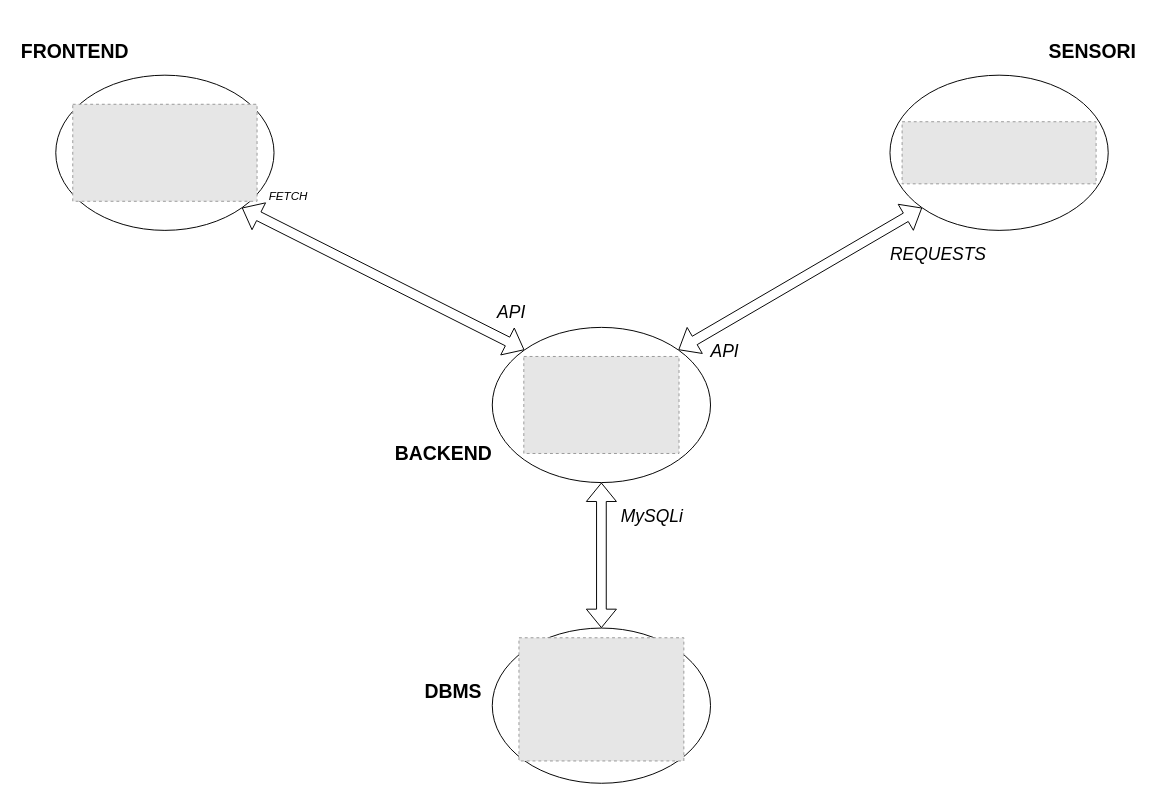
LBartolini/Maturita2021 keeps this draw.io diagram as schemi/sw_arch/sw_arch.drawio. Above is the earlier version. Source tidied: cells renumbered, new cells numbered last; positions are measured from the earlier drawing's top-left corner, leaving out a move shared by most shapes. Both pictures are drawn from the tidied source at 97%, with x=0, y=0 at pixel (16, 16). Pictures stored in the file or linked from it are replaced by grey dashed boxes.
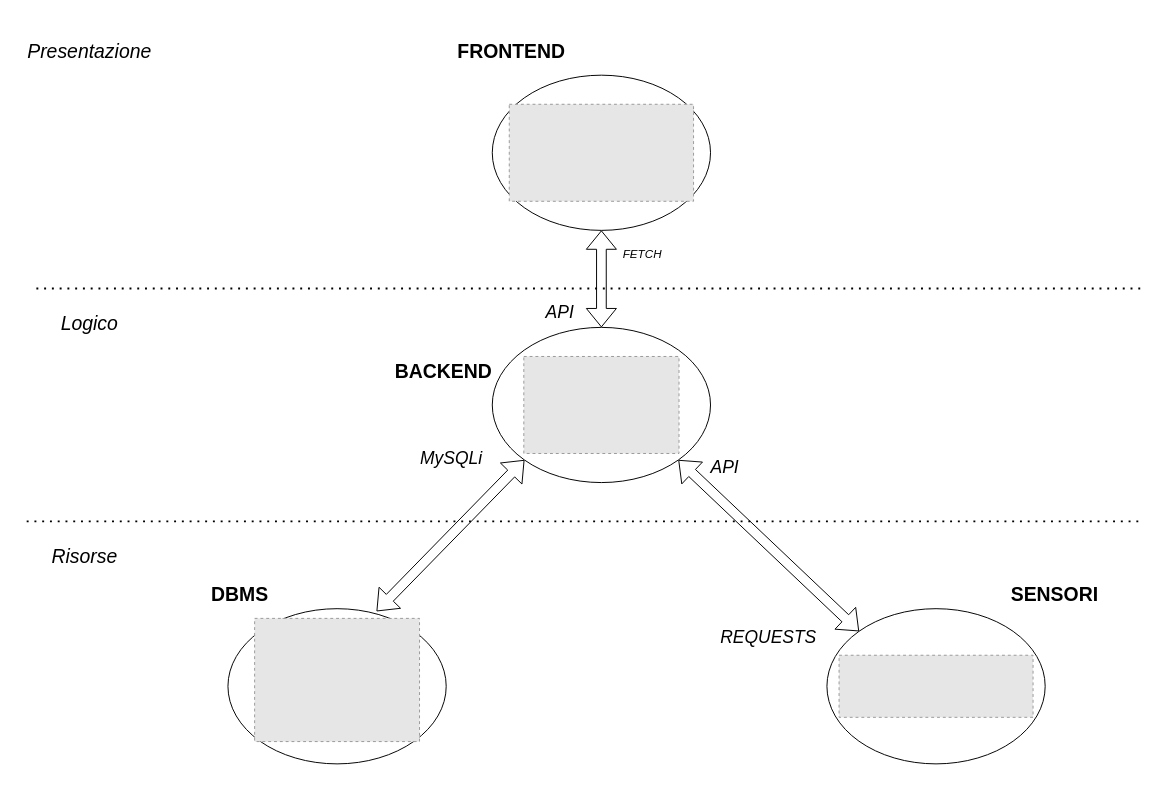
Above is the later version.

Unchanged cells that the change refers to:
```xml
<mxCell id="3" style="ellipse;whiteSpace=wrap;html=1;" parent="1" vertex="1">
  <mxGeometry x="490" y="320" width="225" height="160" as="geometry" />
</mxCell>
```

Change to the diagram source:
```diff
@@
     <mxCell id="2" value="&lt;b&gt;&lt;font style=&quot;font-size: 20px&quot;&gt;FRONTEND&lt;/font&gt;&lt;/b&gt;" style="text;html=1;strokeColor=none;fillColor=none;align=center;verticalAlign=middle;whiteSpace=wrap;rounded=0;" parent="1" vertex="1">
-      <mxGeometry width="120" height="70" as="geometry" />
+      <mxGeometry x="450" width="120" height="70" as="geometry" />
     </mxCell>
@@
     <mxCell id="4" value="&lt;b&gt;&lt;font style=&quot;font-size: 20px&quot;&gt;BACKEND&lt;/font&gt;&lt;/b&gt;" style="text;html=1;strokeColor=none;fillColor=none;align=center;verticalAlign=middle;whiteSpace=wrap;rounded=0;" parent="1" vertex="1">
-      <mxGeometry x="380" y="414" width="120" height="70" as="geometry" />
+      <mxGeometry x="380" y="330" width="120" height="70" as="geometry" />
     </mxCell>
@@
     <mxCell id="6" style="ellipse;whiteSpace=wrap;html=1;" parent="1" vertex="1">
-      <mxGeometry x="40" y="60" width="225" height="160" as="geometry" />
+      <mxGeometry x="490" y="60" width="225" height="160" as="geometry" />
     </mxCell>
     <mxCell id="7" style="fillColor=#E6E6E6;strokeColor=#999999;dashed=1;verticalLabelPosition=bottom;verticalAlign=top;" parent="1" vertex="1">
-      <mxGeometry x="57.5" y="90" width="190" height="100" as="geometry" />
+      <mxGeometry x="507.5" y="90" width="190" height="100" as="geometry" />
     </mxCell>
     <mxCell id="8" style="ellipse;whiteSpace=wrap;html=1;" parent="1" vertex="1">
-      <mxGeometry x="900" y="60" width="225" height="160" as="geometry" />
+      <mxGeometry x="835" y="610" width="225" height="160" as="geometry" />
     </mxCell>
     <mxCell id="9" style="ellipse;whiteSpace=wrap;html=1;" parent="1" vertex="1">
-      <mxGeometry x="490" y="630" width="225" height="160" as="geometry" />
+      <mxGeometry x="217.5" y="610" width="225" height="160" as="geometry" />
     </mxCell>
     <mxCell id="10" value="&lt;b&gt;&lt;font style=&quot;font-size: 20px&quot;&gt;DBMS&lt;/font&gt;&lt;/b&gt;" style="text;html=1;strokeColor=none;fillColor=none;align=center;verticalAlign=middle;whiteSpace=wrap;rounded=0;" parent="1" vertex="1">
-      <mxGeometry x="390" y="660" width="120" height="70" as="geometry" />
+      <mxGeometry x="170" y="560" width="120" height="70" as="geometry" />
     </mxCell>
     <mxCell id="11" value="&lt;b&gt;&lt;font style=&quot;font-size: 20px&quot;&gt;SENSORI&lt;/font&gt;&lt;/b&gt;" style="text;html=1;strokeColor=none;fillColor=none;align=center;verticalAlign=middle;whiteSpace=wrap;rounded=0;" parent="1" vertex="1">
-      <mxGeometry x="1049" width="120" height="70" as="geometry" />
+      <mxGeometry x="1010" y="560" width="120" height="70" as="geometry" />
     </mxCell>
     <mxCell id="12" style="fillColor=#E6E6E6;strokeColor=#999999;dashed=1;verticalLabelPosition=bottom;verticalAlign=top;" parent="1" vertex="1">
-      <mxGeometry x="517.5" y="640" width="170" height="127" as="geometry" />
+      <mxGeometry x="245" y="620" width="170" height="127" as="geometry" />
     </mxCell>
     <mxCell id="13" style="fillColor=#E6E6E6;strokeColor=#999999;dashed=1;verticalLabelPosition=bottom;verticalAlign=top;" parent="1" vertex="1">
-      <mxGeometry x="912.5" y="108" width="200" height="64" as="geometry" />
+      <mxGeometry x="847.5" y="658" width="200" height="64" as="geometry" />
     </mxCell>
-    <mxCell id="14" style="shape=flexArrow;endArrow=classic;startArrow=classic;html=1;exitX=0;exitY=0;exitDx=0;exitDy=0;entryX=1;entryY=1;entryDx=0;entryDy=0;" parent="1" edge="1" source="3" target="6">
+    <mxCell id="14" style="shape=flexArrow;endArrow=classic;startArrow=classic;html=1;exitX=0.5;exitY=0;exitDx=0;exitDy=0;entryX=0.5;entryY=1;entryDx=0;entryDy=0;" parent="1" edge="1" source="3" target="6">
       <mxGeometry relative="1" as="geometry" />
     </mxCell>
-    <mxCell id="15" style="shape=flexArrow;endArrow=classic;startArrow=classic;html=1;exitX=1;exitY=0;exitDx=0;exitDy=0;entryX=0;entryY=1;entryDx=0;entryDy=0;" parent="1" edge="1" source="3" target="8">
+    <mxCell id="15" style="shape=flexArrow;endArrow=classic;startArrow=classic;html=1;exitX=1;exitY=1;exitDx=0;exitDy=0;entryX=0;entryY=0;entryDx=0;entryDy=0;" parent="1" edge="1" source="3" target="8">
       <mxGeometry relative="1" as="geometry" />
     </mxCell>
-    <mxCell id="16" style="shape=flexArrow;endArrow=classic;startArrow=classic;html=1;exitX=0.5;exitY=0;exitDx=0;exitDy=0;entryX=0.5;entryY=1;entryDx=0;entryDy=0;" parent="1" edge="1" source="9" target="3">
+    <mxCell id="16" style="shape=flexArrow;endArrow=classic;startArrow=classic;html=1;exitX=0.681;exitY=0.017;exitDx=0;exitDy=0;entryX=0;entryY=1;entryDx=0;entryDy=0;exitPerimeter=0;" parent="1" edge="1" source="9" target="3">
       <mxGeometry relative="1" as="geometry" />
     </mxCell>
     <mxCell id="17" value="&lt;i&gt;&lt;font style=&quot;font-size: 18px&quot;&gt;API&lt;/font&gt;&lt;/i&gt;" style="text;html=1;strokeColor=none;fillColor=none;align=center;verticalAlign=middle;whiteSpace=wrap;rounded=0;" parent="1" vertex="1">
-      <mxGeometry x="450" y="270" width="120" height="70" as="geometry" />
+      <mxGeometry x="500" y="270" width="120" height="70" as="geometry" />
     </mxCell>
     <mxCell id="18" value="&lt;i&gt;&lt;font style=&quot;font-size: 18px&quot;&gt;API&lt;/font&gt;&lt;/i&gt;" style="text;html=1;strokeColor=none;fillColor=none;align=center;verticalAlign=middle;whiteSpace=wrap;rounded=0;" parent="1" vertex="1">
-      <mxGeometry x="670" y="310" width="120" height="70" as="geometry" />
+      <mxGeometry x="670" y="430" width="120" height="70" as="geometry" />
     </mxCell>
     <mxCell id="19" value="&lt;i&gt;FETCH&lt;/i&gt;" style="text;html=1;strokeColor=none;fillColor=none;align=center;verticalAlign=middle;whiteSpace=wrap;rounded=0;" parent="1" vertex="1">
-      <mxGeometry x="220" y="150" width="120" height="70" as="geometry" />
+      <mxGeometry x="585" y="210" width="120" height="70" as="geometry" />
     </mxCell>
     <mxCell id="20" value="&lt;font size=&quot;1&quot;&gt;&lt;i style=&quot;font-size: 18px&quot;&gt;REQUESTS&lt;/i&gt;&lt;/font&gt;" style="text;html=1;strokeColor=none;fillColor=none;align=center;verticalAlign=middle;whiteSpace=wrap;rounded=0;" parent="1" vertex="1">
-      <mxGeometry x="890" y="210" width="120" height="70" as="geometry" />
+      <mxGeometry x="715" y="605" width="120" height="70" as="geometry" />
     </mxCell>
     <mxCell id="21" value="&lt;font size=&quot;1&quot;&gt;&lt;i style=&quot;font-size: 18px&quot;&gt;MySQLi&lt;/i&gt;&lt;/font&gt;" style="text;html=1;strokeColor=none;fillColor=none;align=center;verticalAlign=middle;whiteSpace=wrap;rounded=0;" parent="1" vertex="1">
-      <mxGeometry x="595" y="480" width="120" height="70" as="geometry" />
+      <mxGeometry x="387.5" y="420" width="120" height="70" as="geometry" />
     </mxCell>
+    <mxCell id="22" style="endArrow=none;dashed=1;html=1;dashPattern=1 3;strokeWidth=2;" parent="1" edge="1">
+      <mxGeometry relative="1" as="geometry">
+        <mxPoint x="10" y="520" as="sourcePoint" />
+        <mxPoint x="1160" y="520" as="targetPoint" />
+      </mxGeometry>
+    </mxCell>
+    <mxCell id="23" style="endArrow=none;dashed=1;html=1;dashPattern=1 3;strokeWidth=2;" parent="1" edge="1">
+      <mxGeometry relative="1" as="geometry">
+        <mxPoint x="20" y="280" as="sourcePoint" />
+        <mxPoint x="1160" y="280" as="targetPoint" />
+      </mxGeometry>
+    </mxCell>
+    <mxCell id="24" value="&lt;font style=&quot;font-size: 20px&quot;&gt;&lt;i&gt;&lt;font style=&quot;font-size: 20px&quot;&gt;Presentazione&lt;/font&gt;&lt;/i&gt;&lt;/font&gt;" style="text;html=1;strokeColor=none;fillColor=none;align=center;verticalAlign=middle;whiteSpace=wrap;rounded=0;" parent="1" vertex="1">
+      <mxGeometry width="150" height="70" as="geometry" />
+    </mxCell>
+    <mxCell id="25" value="&lt;i&gt;&lt;font style=&quot;font-size: 20px&quot;&gt;Logico&lt;/font&gt;&lt;/i&gt;" style="text;html=1;strokeColor=none;fillColor=none;align=center;verticalAlign=middle;whiteSpace=wrap;rounded=0;" parent="1" vertex="1">
+      <mxGeometry y="280" width="150" height="70" as="geometry" />
+    </mxCell>
+    <mxCell id="26" value="&lt;i&gt;&lt;font style=&quot;font-size: 20px&quot;&gt;Risorse&lt;/font&gt;&lt;/i&gt;" style="text;html=1;strokeColor=none;fillColor=none;align=center;verticalAlign=middle;whiteSpace=wrap;rounded=0;" parent="1" vertex="1">
+      <mxGeometry y="520" width="140" height="70" as="geometry" />
+    </mxCell>
```
